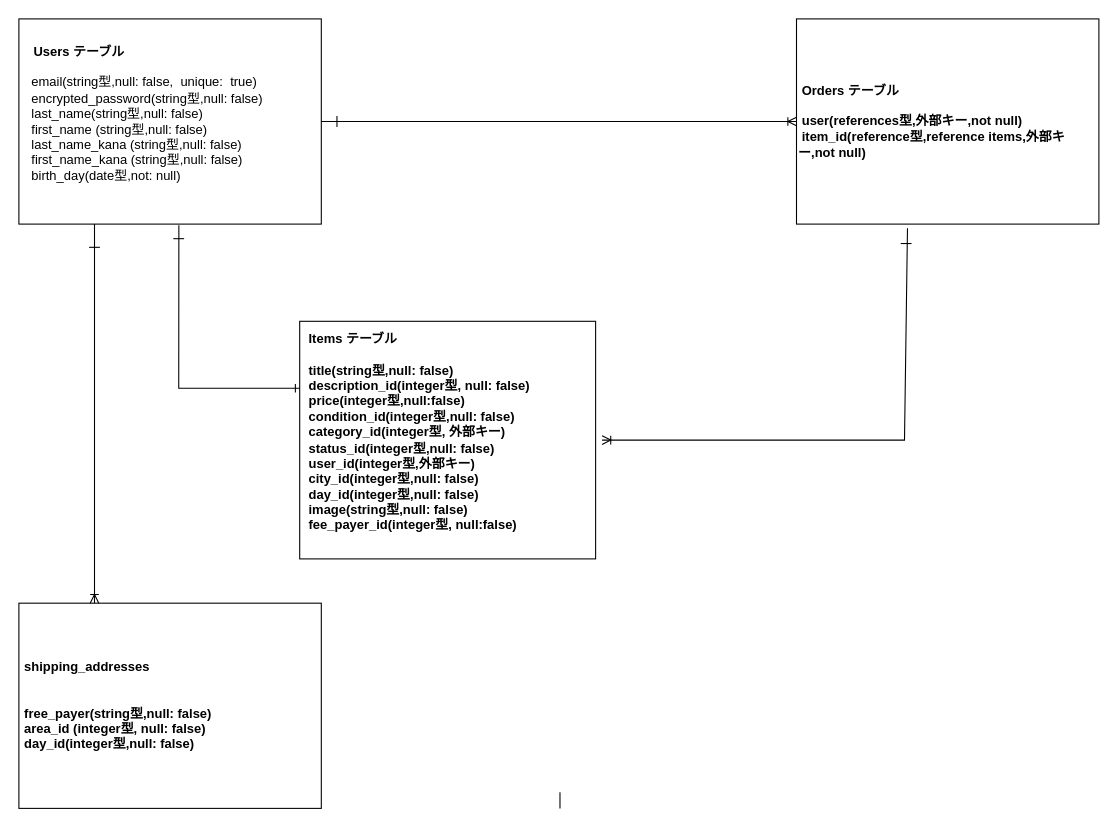
Earlier version of the draw.io diagram ER.dio (chanhito05/furima-40239). Source tidied: cells renumbered, new cells numbered last; positions are measured from the earlier drawing's top-left corner, leaving out a move shared by most shapes. Both pictures are drawn from the tidied source at 108%, with x=0, y=0 at pixel (18, 18).
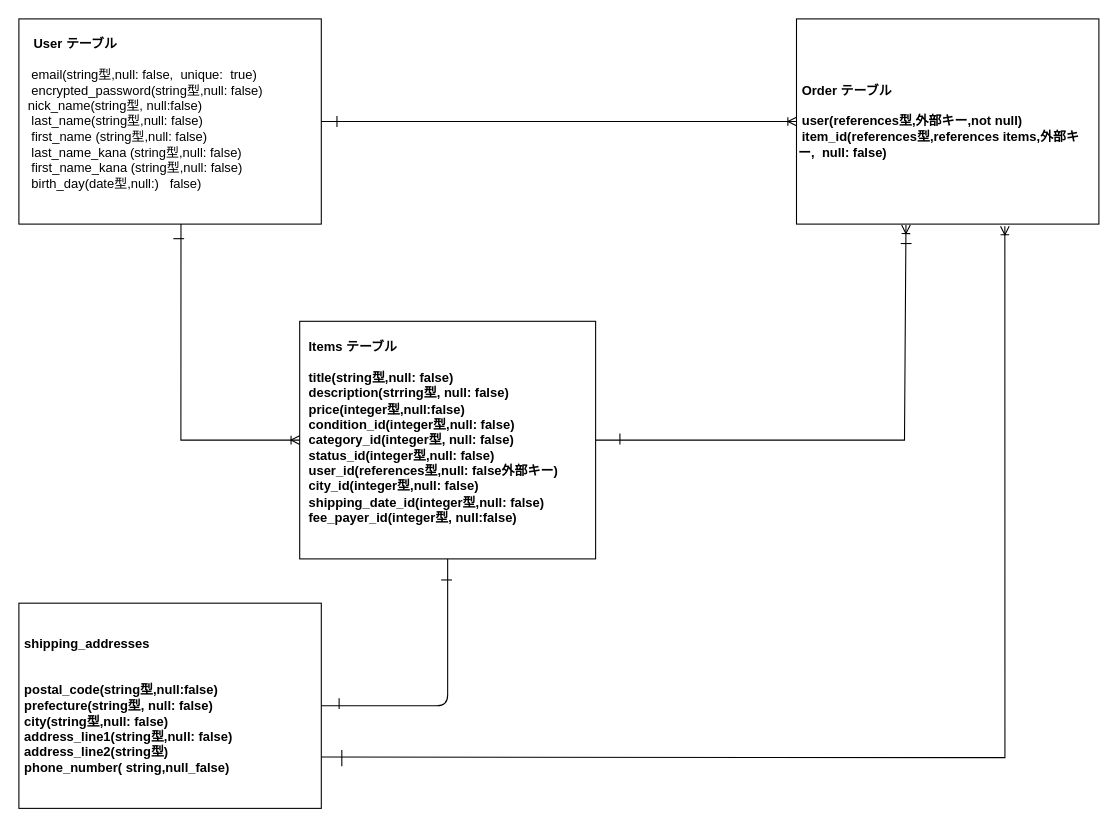
The same page after the edit.

Diff of the diagram source:
```diff
@@
-    <mxCell id="2" value="&lt;b&gt;　Users テーブル&lt;br&gt;&lt;/b&gt;　&lt;br&gt;&amp;nbsp; &amp;nbsp;email(string型,null: false,&amp;nbsp; unique:&amp;nbsp; true)&lt;br&gt;&amp;nbsp; &amp;nbsp;encrypted_password(string型,null: false)&lt;br&gt;&amp;nbsp; &amp;nbsp;last_name(string型,null: false)&lt;br&gt;&amp;nbsp; &amp;nbsp;first_name&amp;nbsp;(string型,null: false)&lt;br&gt;&amp;nbsp; &amp;nbsp;last_name_kana&amp;nbsp;(string型,null: false)&lt;br&gt;&amp;nbsp; &amp;nbsp;first_name_kana (string型,null: false)&lt;br&gt;&amp;nbsp; &amp;nbsp;birth_day(date型,not: null)&amp;nbsp; &amp;nbsp;&lt;br&gt;&amp;nbsp; &amp;nbsp; &amp;nbsp;" style="rounded=0;whiteSpace=wrap;html=1;align=left;" parent="1" vertex="1">
+    <mxCell id="2" value="&lt;b&gt;　User テーブル&lt;br&gt;&lt;/b&gt;　&lt;br&gt;&amp;nbsp; &amp;nbsp;email(string型,null: false,&amp;nbsp; unique:&amp;nbsp; true)&lt;br&gt;&amp;nbsp; &amp;nbsp;encrypted_password(string型,null: false)&lt;br&gt;&amp;nbsp; nick_name(string型, null:false)&lt;br&gt;&amp;nbsp; &amp;nbsp;last_name(string型,null: false)&lt;br&gt;&amp;nbsp; &amp;nbsp;first_name&amp;nbsp;(string型,null: false)&lt;br&gt;&amp;nbsp; &amp;nbsp;last_name_kana&amp;nbsp;(string型,null: false)&lt;br&gt;&amp;nbsp; &amp;nbsp;first_name_kana (string型,null: false)&lt;br&gt;&amp;nbsp; &amp;nbsp;birth_day(date型,null:)&amp;nbsp; &amp;nbsp;false)&lt;br&gt;&amp;nbsp; &amp;nbsp; &amp;nbsp;" style="rounded=0;whiteSpace=wrap;html=1;align=left;" parent="1" vertex="1">
       <mxGeometry width="280" height="190" as="geometry" />
     </mxCell>
-    <mxCell id="3" value="&lt;b&gt;&amp;nbsp; Items テーブル&lt;br&gt;&lt;br&gt;&amp;nbsp; title(string型,null: false)&lt;br&gt;&amp;nbsp; description_id(integer型, null: false)&lt;br&gt;&amp;nbsp; price(integer型,null:false)&lt;br&gt;&amp;nbsp; condition_id(integer型,null: false)&lt;br&gt;&amp;nbsp; category_id(integer型, 外部キー)&lt;br&gt;&amp;nbsp; status_id(integer型,null: false)&lt;br&gt;&amp;nbsp; user_id(integer型,外部キー)&lt;br&gt;&amp;nbsp; city_id(integer型,null: false)&lt;br&gt;&amp;nbsp; day_id(integer型,null: false)&lt;br&gt;&amp;nbsp; image(string型,null: false)&lt;br&gt;&amp;nbsp; fee_payer_id(integer型, null:false)&lt;br&gt;&lt;br&gt;&lt;/b&gt;" style="rounded=0;whiteSpace=wrap;html=1;align=left;" parent="1" vertex="1">
+    <mxCell id="3" value="&lt;b&gt;&amp;nbsp; Items テーブル&lt;br&gt;&lt;br&gt;&amp;nbsp; title(string型,null: false)&lt;br&gt;&amp;nbsp; description(strring型, null: false)&lt;br&gt;&amp;nbsp; price(integer型,null:false)&lt;br&gt;&amp;nbsp; condition_id(integer型,null: false)&lt;br&gt;&amp;nbsp; category_id(integer型, null: false)&lt;br&gt;&amp;nbsp; status_id(integer型,null: false)&lt;br&gt;&amp;nbsp; user_id(references型,null: false外部キー)&lt;br&gt;&amp;nbsp; city_id(integer型,null: false)&lt;br&gt;&amp;nbsp; shipping_date_id(integer型,null: false)&lt;br&gt;&amp;nbsp; fee_payer_id(integer型, null:false)&lt;br&gt;&lt;br&gt;&lt;/b&gt;" style="rounded=0;whiteSpace=wrap;html=1;align=left;" parent="1" vertex="1">
       <mxGeometry x="260" y="280" width="274" height="220" as="geometry" />
     </mxCell>
-    <mxCell id="4" value="&lt;b&gt;&amp;nbsp;Orders テーブル&lt;br&gt;&amp;nbsp;&lt;br&gt;&amp;nbsp;user(references型,外部キー,not null)&lt;br&gt;&amp;nbsp;item_id(reference型,reference items,外部キー,not null)&lt;br&gt;&lt;/b&gt;" style="rounded=0;whiteSpace=wrap;html=1;align=left;" parent="1" vertex="1">
+    <mxCell id="4" value="&lt;b&gt;&amp;nbsp;Order テーブル&lt;br&gt;&amp;nbsp;&lt;br&gt;&amp;nbsp;user(references型,外部キー,not null)&lt;br&gt;&amp;nbsp;item_id(references型,references items,外部キー,&amp;nbsp; null: false)&lt;br&gt;&lt;/b&gt;" style="rounded=0;whiteSpace=wrap;html=1;align=left;" parent="1" vertex="1">
       <mxGeometry x="720" width="280" height="190" as="geometry" />
     </mxCell>
-    <mxCell id="5" style="fontSize=12;html=1;endArrow=ERoneToMany;exitX=0.367;exitY=1.02;exitDx=0;exitDy=0;exitPerimeter=0;rounded=0;" parent="1" edge="1" source="4">
-      <mxGeometry relative="1" as="geometry">
-        <mxPoint x="540" y="390" as="targetPoint" />
-        <Array as="points">
-          <mxPoint x="820" y="390" />
-        </Array>
-      </mxGeometry>
-    </mxCell>
-    <mxCell id="6" style="line;strokeWidth=1;direction=north;html=1;rounded=0;" parent="1" vertex="1">
-      <mxGeometry x="471" y="716" width="60" height="15" as="geometry" />
+    <mxCell id="6" value="&lt;br&gt;" style="line;strokeWidth=1;direction=north;html=1;rounded=0;" parent="1" vertex="1">
+      <mxGeometry x="269" y="677" width="60" height="15" as="geometry" />
     </mxCell>
@@
-    <mxCell id="10" style="fontSize=12;html=1;endArrow=ERone;endFill=1;exitX=0.529;exitY=1.005;exitDx=0;exitDy=0;exitPerimeter=0;rounded=0;" parent="1" edge="1" source="2">
-      <mxGeometry relative="1" as="geometry">
-        <mxPoint x="260" y="342" as="targetPoint" />
-        <Array as="points">
-          <mxPoint x="148" y="342" />
-        </Array>
-      </mxGeometry>
-    </mxCell>
@@
-    <mxCell id="12" value="&lt;b&gt;&amp;nbsp;shipping_addresses&lt;br&gt;&lt;br&gt;&lt;br&gt;&amp;nbsp;free_payer(string型,null: false)&lt;br&gt;&amp;nbsp;area_id (integer型, null: false)&lt;br&gt;&amp;nbsp;day_id(integer型,null: false)&lt;br&gt;&lt;/b&gt;" style="rounded=0;whiteSpace=wrap;html=1;align=left;" parent="1" vertex="1">
+    <mxCell id="12" value="&lt;b&gt;&amp;nbsp;shipping_addresses&lt;br&gt;&lt;br&gt;&lt;br&gt;&amp;nbsp;postal_code(string型,null:false)&lt;br&gt;&amp;nbsp;prefecture(string型, null: false)&lt;br&gt;&amp;nbsp;city(string型,null: false)&lt;br&gt;&amp;nbsp;address_line1(string型,null: false)&lt;br&gt;&amp;nbsp;address_line2(string型)&lt;br&gt;&amp;nbsp;phone_number( string,null_false)&lt;br&gt;&lt;/b&gt;" style="rounded=0;whiteSpace=wrap;html=1;align=left;" parent="1" vertex="1">
       <mxGeometry y="541" width="280" height="190" as="geometry" />
     </mxCell>
-    <mxCell id="13" style="fontSize=12;html=1;endArrow=ERoneToMany;exitX=0.25;exitY=1;exitDx=0;exitDy=0;rounded=0;entryX=0.25;entryY=0;entryDx=0;entryDy=0;" parent="1" edge="1" source="2" target="12">
-      <mxGeometry relative="1" as="geometry" />
-    </mxCell>
     <mxCell id="14" style="line;strokeWidth=1;direction=west;html=1;rounded=0;" parent="1" vertex="1">
-      <mxGeometry x="65" y="205" width="10" height="13" as="geometry" />
+      <mxGeometry x="391" y="513" width="10" height="13" as="geometry" />
     </mxCell>
+    <mxCell id="15" style="fontSize=12;html=1;endArrow=ERoneToMany;exitX=0.536;exitY=1;exitDx=0;exitDy=0;rounded=0;entryX=0;entryY=0.5;entryDx=0;entryDy=0;exitPerimeter=0;" parent="1" edge="1" source="2" target="3">
+      <mxGeometry relative="1" as="geometry">
+        <Array as="points">
+          <mxPoint x="150" y="390" />
+        </Array>
+      </mxGeometry>
+    </mxCell>
+    <mxCell id="16" style="endArrow=none;html=1;exitX=1;exitY=0.5;exitDx=0;exitDy=0;entryX=0.5;entryY=1;entryDx=0;entryDy=0;" parent="1" edge="1" source="12" target="3">
+      <mxGeometry relative="1" as="geometry">
+        <Array as="points">
+          <mxPoint x="397" y="636" />
+        </Array>
+      </mxGeometry>
+    </mxCell>
+    <mxCell id="17" style="line;strokeWidth=1;direction=north;html=1;rounded=0;" parent="1" vertex="1">
+      <mxGeometry x="290" y="629" width="13" height="10" as="geometry" />
+    </mxCell>
+    <mxCell id="18" style="fontSize=12;html=1;endArrow=ERoneToMany;exitX=1;exitY=0.75;exitDx=0;exitDy=0;rounded=0;entryX=0.689;entryY=1.01;entryDx=0;entryDy=0;entryPerimeter=0;" parent="1" edge="1" source="12" target="4">
+      <mxGeometry relative="1" as="geometry">
+        <Array as="points">
+          <mxPoint x="913" y="684" />
+        </Array>
+      </mxGeometry>
+    </mxCell>
+    <mxCell id="19" style="fontSize=12;html=1;endArrow=ERoneToMany;exitX=1;exitY=0.5;exitDx=0;exitDy=0;rounded=0;entryX=0.362;entryY=1.004;entryDx=0;entryDy=0;entryPerimeter=0;" parent="1" edge="1" source="3" target="4">
+      <mxGeometry relative="1" as="geometry">
+        <Array as="points">
+          <mxPoint x="820" y="390" />
+        </Array>
+      </mxGeometry>
+    </mxCell>
+    <mxCell id="20" style="line;strokeWidth=1;direction=north;html=1;rounded=0;" parent="1" vertex="1">
+      <mxGeometry x="550" y="384" width="13" height="10" as="geometry" />
+    </mxCell>
```
